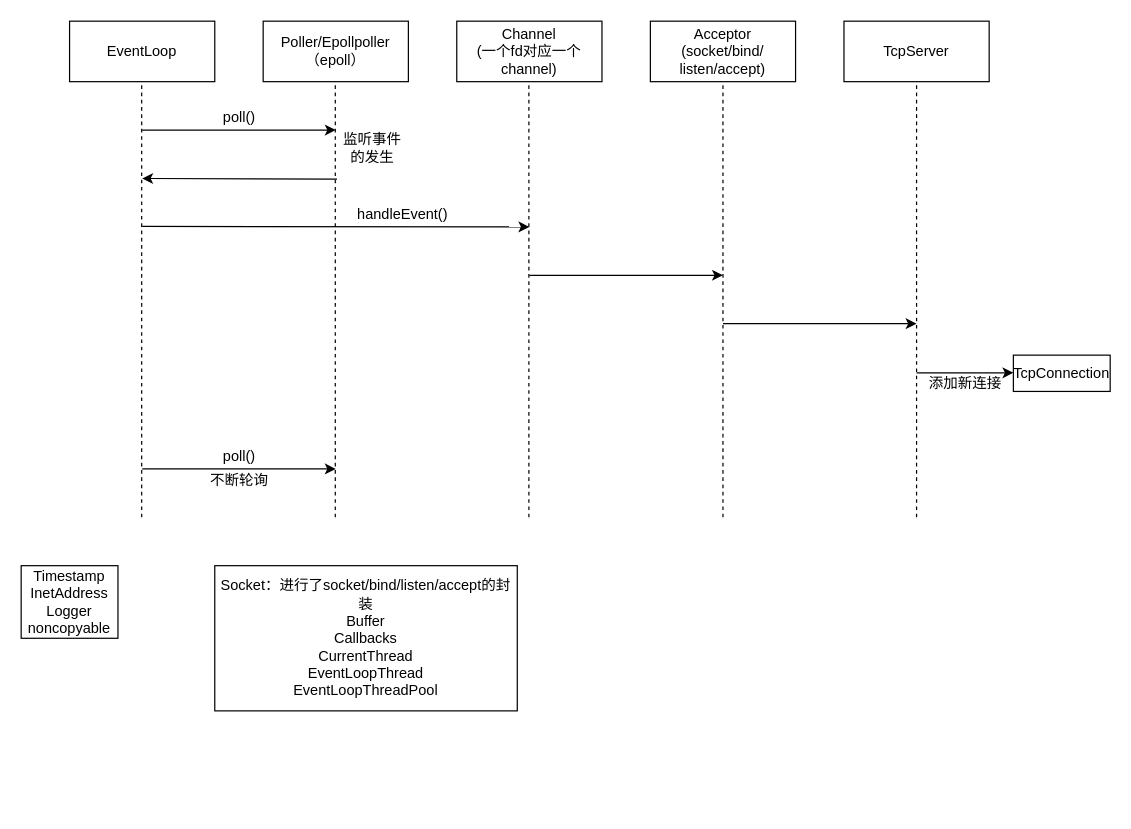
The draw.io diagram Untitled Diagram.drawio in princeh23/mymuduo, before the edit. Source tidied: cells renumbered, new cells numbered last; positions are measured from the earlier drawing's top-left corner, leaving out a move shared by most shapes. Both pictures are drawn from the tidied source at 121%, with x=0, y=0 at pixel (21, 21).
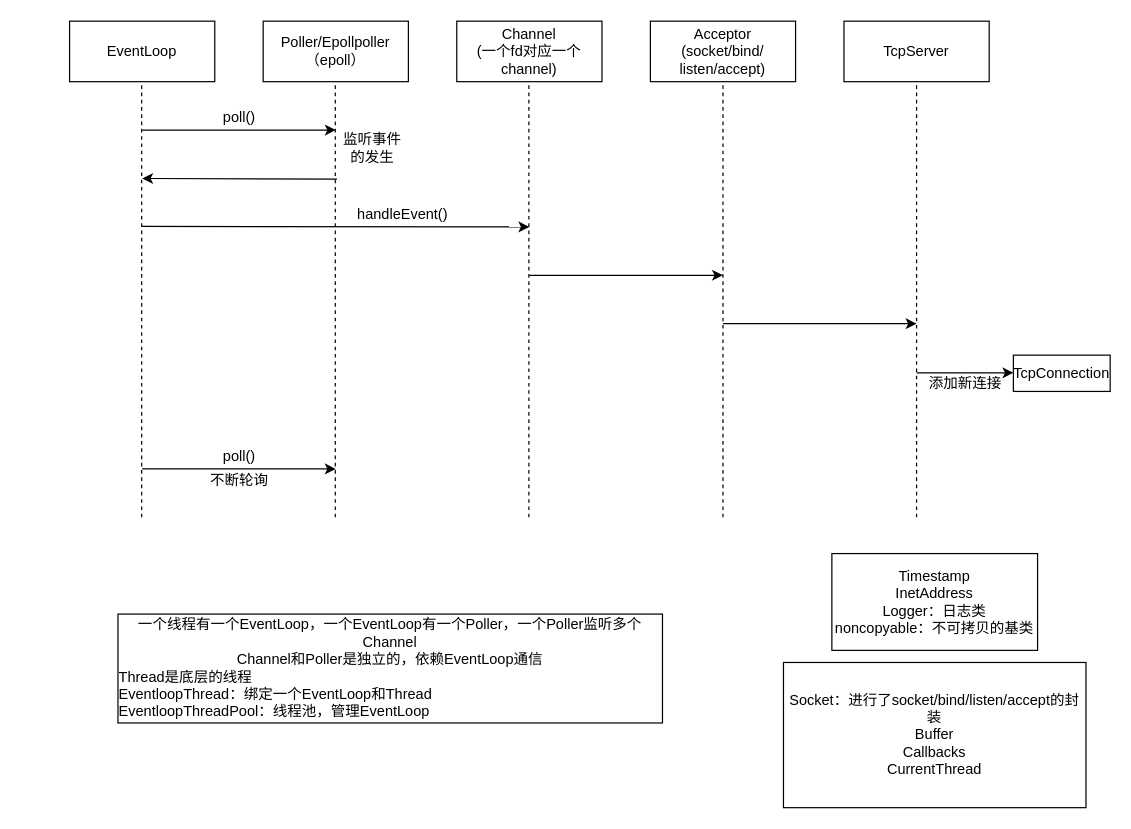
The same diagram, later.

Diff of the diagram source:
```diff
@@
-    <mxCell id="25" value="Timestamp&lt;br&gt;InetAddress&lt;br&gt;Logger&lt;br&gt;noncopyable" style="rounded=0;whiteSpace=wrap;html=1;" parent="1" vertex="1">
-      <mxGeometry y="450" width="80" height="60" as="geometry" />
+    <mxCell id="25" value="Timestamp&lt;br&gt;InetAddress&lt;br&gt;Logger：日志类&lt;br&gt;noncopyable：不可拷贝的基类" style="rounded=0;whiteSpace=wrap;html=1;" parent="1" vertex="1">
+      <mxGeometry x="670" y="440" width="170" height="80" as="geometry" />
     </mxCell>
@@
-    <mxCell id="27" value="Socket：进行了socket/bind/listen/accept的封装&lt;br&gt;Buffer&lt;br&gt;Callbacks&lt;br&gt;CurrentThread&lt;br&gt;EventLoopThread&lt;br&gt;EventLoopThreadPool" style="rounded=0;whiteSpace=wrap;html=1;" parent="1" vertex="1">
-      <mxGeometry x="160" y="450" width="250" height="120" as="geometry" />
+    <mxCell id="27" value="Socket：进行了socket/bind/listen/accept的封装&lt;br&gt;Buffer&lt;br&gt;Callbacks&lt;br&gt;CurrentThread" style="rounded=0;whiteSpace=wrap;html=1;" parent="1" vertex="1">
+      <mxGeometry x="630" y="530" width="250" height="120" as="geometry" />
     </mxCell>
+    <mxCell id="28" value="一个线程有一个EventLoop，一个EventLoop有一个Poller，一个Poller监听多个Channel&lt;br&gt;Channel和Poller是独立的，依赖EventLoop通信&lt;br&gt;&lt;div style=&quot;text-align: left&quot;&gt;Thread是底层的线程&lt;/div&gt;&lt;div style=&quot;text-align: left&quot;&gt;EventloopThread：绑定一个EventLoop和Thread&amp;nbsp;&lt;/div&gt;&lt;div style=&quot;text-align: left&quot;&gt;EventloopThreadPool：线程池，管理EventLoop&lt;/div&gt;" style="rounded=0;whiteSpace=wrap;html=1;" parent="1" vertex="1">
+      <mxGeometry x="80" y="490" width="450" height="90" as="geometry" />
+    </mxCell>
```
